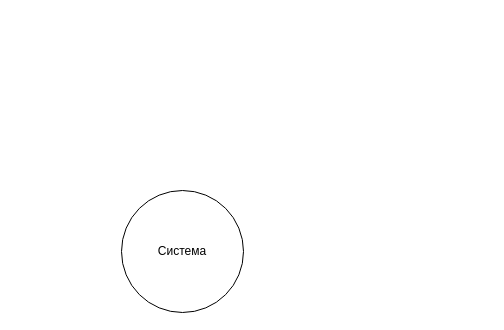
Before: page "контекстная" (4 of 5) of аналог профи ру (нет).drawio in careock/diagrams, a draw.io diagram. Source tidied: cells renumbered, new cells numbered last; positions are measured from the earlier drawing's top-left corner, leaving out a move shared by most shapes. Both pictures are drawn from the tidied source at 100%, with x=0, y=0 at pixel (121, 190).
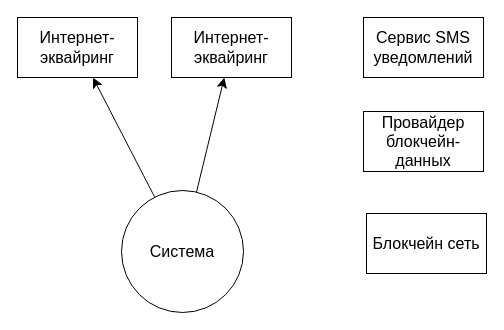
Above is the later version.

What changed in the source:
```diff
@@
 <mxGraphModel>
   <root>
     <mxCell id="0" />
     <mxCell id="1" parent="0" />
+    <mxCell id="3" style="edgeStyle=none;curved=1;rounded=0;jettySize=auto;html=1;fontSize=12;startSize=8;endSize=8;" parent="1" edge="1" source="2" target="5">
+      <mxGeometry relative="1" as="geometry" />
+    </mxCell>
+    <mxCell id="4" style="edgeStyle=none;curved=1;rounded=0;jettySize=auto;html=1;fontSize=12;startSize=8;endSize=8;" parent="1" edge="1" source="2" target="6">
+      <mxGeometry relative="1" as="geometry" />
+    </mxCell>
-    <mxCell id="2" value="Система" style="ellipse;whiteSpace=wrap;html=1;" parent="1" vertex="1">
+    <mxCell id="2" value="Система" style="ellipse;whiteSpace=wrap;html=1;fontSize=16;" parent="1" vertex="1">
       <mxGeometry width="122" height="122" as="geometry" />
     </mxCell>
+    <mxCell id="5" value="Интернет-эквайринг" style="rounded=0;whiteSpace=wrap;html=1;fontSize=16;" parent="1" vertex="1">
+      <mxGeometry x="-104" y="-173" width="120" height="60" as="geometry" />
+    </mxCell>
+    <mxCell id="6" value="Интернет-эквайринг" style="rounded=0;whiteSpace=wrap;html=1;fontSize=16;" parent="1" vertex="1">
+      <mxGeometry x="50" y="-173" width="120" height="60" as="geometry" />
+    </mxCell>
+    <mxCell id="7" value="Провайдер блокчейн-данных" style="rounded=0;whiteSpace=wrap;html=1;fontSize=16;" parent="1" vertex="1">
+      <mxGeometry x="242" y="-79" width="120" height="60" as="geometry" />
+    </mxCell>
+    <mxCell id="8" value="Блокчейн сеть" style="rounded=0;whiteSpace=wrap;html=1;fontSize=16;" parent="1" vertex="1">
+      <mxGeometry x="245" y="23" width="120" height="60" as="geometry" />
+    </mxCell>
+    <mxCell id="9" value="Сервис SMS уведомлений" style="rounded=0;whiteSpace=wrap;html=1;fontSize=16;" parent="1" vertex="1">
+      <mxGeometry x="242" y="-173" width="120" height="60" as="geometry" />
+    </mxCell>
   </root>
 </mxGraphModel>
```
